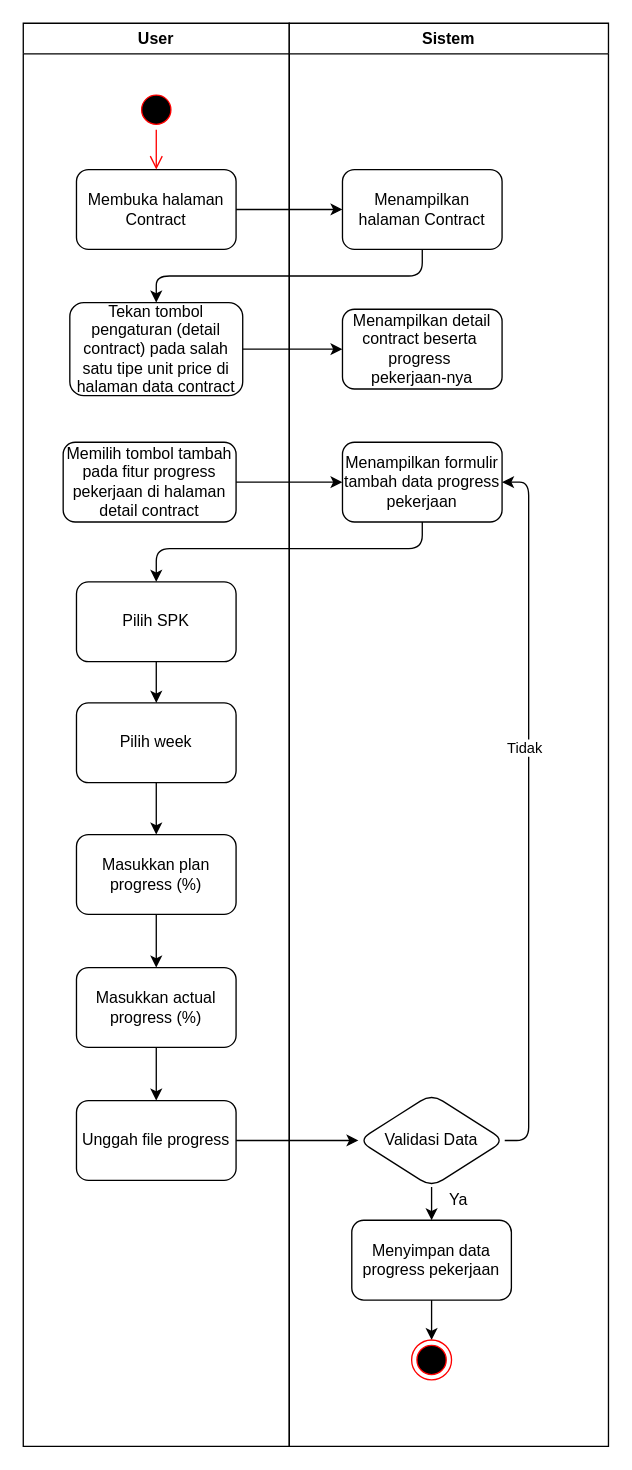
Above: contract/tambahprogresspekerjaan(unit-price).drawio in rismanrhz/idms (draw.io), before the change. Source tidied: cells renumbered, new cells numbered last; positions are measured from the earlier drawing's top-left corner, leaving out a move shared by most shapes. Both pictures are drawn from the tidied source at 133%, with x=0, y=0 at pixel (23, 23).
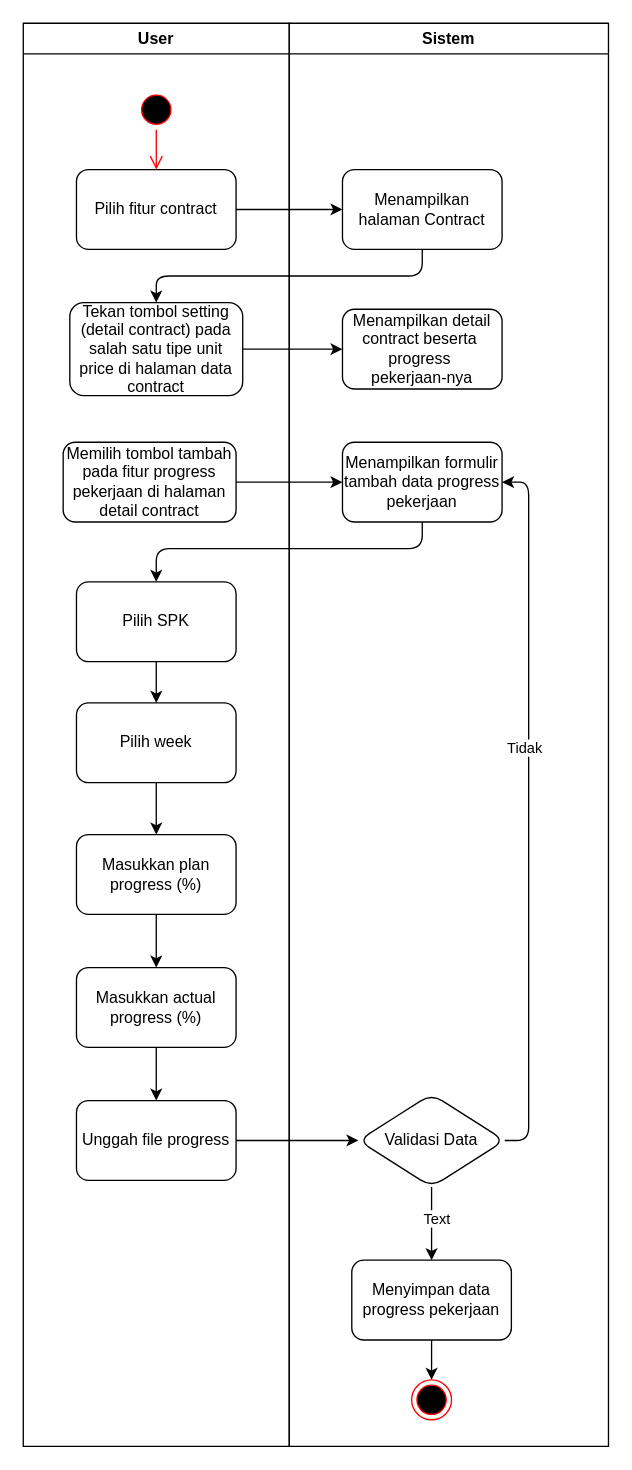
After the change.

The change refers to these unchanged cells:
```xml
<mxCell id="2" value="User" style="swimlane;whiteSpace=wrap;html=1;" parent="1" vertex="1">
  <mxGeometry width="200" height="1070" as="geometry" />
</mxCell>
<mxCell id="12" value="Sistem" style="swimlane;whiteSpace=wrap;html=1;" parent="1" vertex="1">
  <mxGeometry x="200" width="240" height="1070" as="geometry" />
</mxCell>
<mxCell id="20" style="edgeStyle=none;html=1;" parent="12" edge="1" source="21" target="23">
  <mxGeometry relative="1" as="geometry" />
</mxCell>
```

Change to the diagram source:
```diff
@@
-    <mxCell id="4" value="Membuka halaman Contract" style="rounded=1;whiteSpace=wrap;html=1;" parent="2" vertex="1">
+    <mxCell id="4" value="Pilih fitur contract" style="rounded=1;whiteSpace=wrap;html=1;" parent="2" vertex="1">
       <mxGeometry x="40" y="110" width="120" height="60" as="geometry" />
     </mxCell>
@@
-    <mxCell id="6" value="Tekan tombol pengaturan (detail contract) pada salah satu tipe unit price di halaman data contract" style="rounded=1;whiteSpace=wrap;html=1;" parent="2" vertex="1">
+    <mxCell id="6" value="Tekan tombol setting (detail contract) pada salah satu tipe unit price di halaman data contract" style="rounded=1;whiteSpace=wrap;html=1;" parent="2" vertex="1">
       <mxGeometry x="35" y="210" width="130" height="70" as="geometry" />
     </mxCell>
@@
+    <mxCell id="36" value="Text" style="edgeLabel;html=1;align=center;verticalAlign=middle;" parent="20" vertex="1">
+      <mxGeometry x="-0.18" y="3" relative="1" as="geometry" />
+    </mxCell>
@@
     <mxCell id="23" value="Menyimpan data progress pekerjaan" style="rounded=1;whiteSpace=wrap;html=1;" parent="12" vertex="1">
-      <mxGeometry x="47" y="900" width="120" height="60" as="geometry" />
+      <mxGeometry x="47" y="930" width="120" height="60" as="geometry" />
     </mxCell>
-    <mxCell id="24" value="Ya" style="text;html=1;align=center;verticalAlign=middle;strokeColor=none;fillColor=none;" parent="12" vertex="1">
-      <mxGeometry x="107" y="870" width="40" height="30" as="geometry" />
-    </mxCell>
     <mxCell id="25" style="ellipse;html=1;shape=endState;fillColor=#000000;strokeColor=#ff0000;" parent="12" vertex="1">
-      <mxGeometry x="92" y="990" width="30" height="30" as="geometry" />
+      <mxGeometry x="92" y="1020" width="30" height="30" as="geometry" />
     </mxCell>
```
